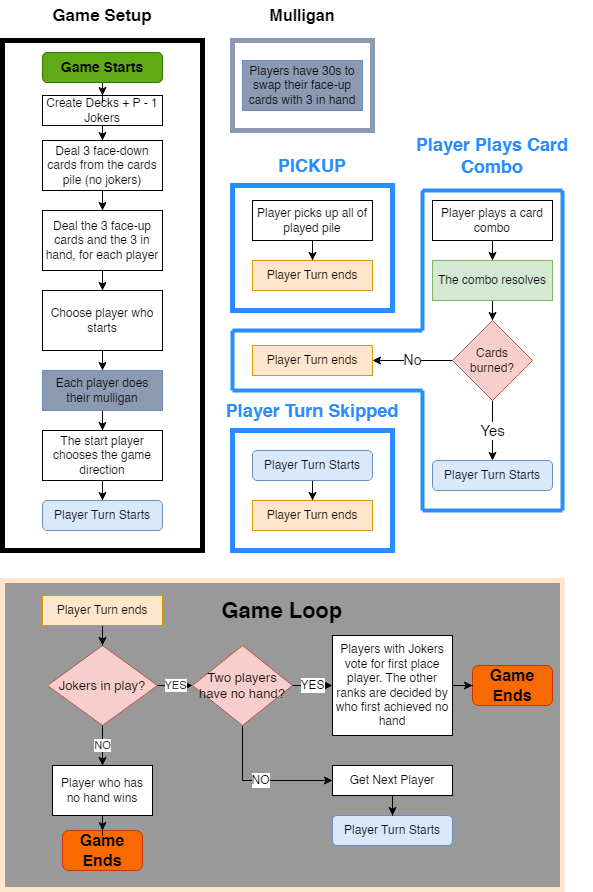
MikeMNelhams/Karma keeps this draw.io diagram as poopHeadFlowChart.png. Above is the earlier version. Source tidied: cells renumbered, new cells last; positions are measured from the earlier drawing's top-left corner, leaving out a move shared by most shapes. Source of this version:
```xml
<mxGraphModel>
  <root>
    <mxCell id="0" />
    <mxCell id="1" parent="0" />
    <mxCell id="2" style="rounded=0;whiteSpace=wrap;html=1;fillColor=none;strokeWidth=5;" parent="1" vertex="1">
      <mxGeometry y="40" width="200" height="510" as="geometry" />
    </mxCell>
    <mxCell id="3" style="rounded=0;whiteSpace=wrap;html=1;fillColor=none;strokeWidth=5;strokeColor=#298DFF;" parent="1" vertex="1">
      <mxGeometry x="230" y="430" width="160" height="120" as="geometry" />
    </mxCell>
    <mxCell id="4" style="rounded=0;whiteSpace=wrap;html=1;fillColor=none;strokeColor=#8C9AB1;strokeWidth=5;" parent="1" vertex="1">
      <mxGeometry x="230" y="40" width="140" height="90" as="geometry" />
    </mxCell>
    <mxCell id="5" style="rounded=0;whiteSpace=wrap;html=1;fillColor=none;strokeWidth=5;strokeColor=#298DFF;" parent="1" vertex="1">
      <mxGeometry x="230" y="185" width="160" height="125" as="geometry" />
    </mxCell>
    <mxCell id="6" style="edgeStyle=orthogonalEdgeStyle;rounded=0;jettySize=auto;html=1;" parent="1" edge="1" source="7" target="9">
      <mxGeometry relative="1" as="geometry" />
    </mxCell>
    <mxCell id="7" value="Create Decks + P - 1 Jokers" style="rounded=0;whiteSpace=wrap;html=1;" parent="1" vertex="1">
      <mxGeometry x="40" y="95" width="120" height="30" as="geometry" />
    </mxCell>
    <mxCell id="8" style="edgeStyle=orthogonalEdgeStyle;rounded=0;jettySize=auto;html=1;" parent="1" edge="1" source="9" target="11">
      <mxGeometry relative="1" as="geometry" />
    </mxCell>
    <mxCell id="9" value="Deal 3 face-down cards from the cards pile (no jokers)" style="rounded=0;whiteSpace=wrap;html=1;" parent="1" vertex="1">
      <mxGeometry x="40" y="140" width="120" height="50" as="geometry" />
    </mxCell>
    <mxCell id="10" style="edgeStyle=orthogonalEdgeStyle;rounded=0;jettySize=auto;html=1;" parent="1" edge="1" source="11" target="13">
      <mxGeometry relative="1" as="geometry" />
    </mxCell>
    <mxCell id="11" value="Deal the 3 face-up cards and the 3 in hand, for each player" style="rounded=0;whiteSpace=wrap;html=1;" parent="1" vertex="1">
      <mxGeometry x="40" y="210" width="120" height="60" as="geometry" />
    </mxCell>
    <mxCell id="12" style="edgeStyle=orthogonalEdgeStyle;rounded=0;jettySize=auto;html=1;" parent="1" edge="1" source="13" target="15">
      <mxGeometry relative="1" as="geometry" />
    </mxCell>
    <mxCell id="13" value="Choose player who starts" style="rounded=0;whiteSpace=wrap;html=1;" parent="1" vertex="1">
      <mxGeometry x="40" y="290" width="120" height="60" as="geometry" />
    </mxCell>
    <mxCell id="14" style="edgeStyle=orthogonalEdgeStyle;rounded=0;jettySize=auto;html=1;" parent="1" edge="1" source="15" target="17">
      <mxGeometry relative="1" as="geometry" />
    </mxCell>
    <mxCell id="15" value="Each player does their mulligan" style="rounded=0;whiteSpace=wrap;html=1;fillColor=#8c9ab1;strokeColor=#6c8ebf;" parent="1" vertex="1">
      <mxGeometry x="40" y="370" width="120" height="40" as="geometry" />
    </mxCell>
    <mxCell id="16" style="edgeStyle=orthogonalEdgeStyle;rounded=0;jettySize=auto;html=1;" parent="1" edge="1" source="17" target="33">
      <mxGeometry relative="1" as="geometry" />
    </mxCell>
    <mxCell id="17" value="The start player chooses the game direction" style="rounded=0;whiteSpace=wrap;html=1;" parent="1" vertex="1">
      <mxGeometry x="40" y="430" width="120" height="50" as="geometry" />
    </mxCell>
    <mxCell id="18" value="Game Setup" style="text;html=1;strokeColor=none;fillColor=none;align=center;verticalAlign=middle;whiteSpace=wrap;rounded=0;fontSize=17;fontStyle=1;" parent="1" vertex="1">
      <mxGeometry x="45" width="110" height="30" as="geometry" />
    </mxCell>
    <mxCell id="19" style="edgeStyle=orthogonalEdgeStyle;rounded=0;jettySize=auto;html=1;" parent="1" edge="1" source="20" target="46">
      <mxGeometry relative="1" as="geometry" />
    </mxCell>
    <mxCell id="20" value="Player Turn Starts" style="rounded=1;whiteSpace=wrap;html=1;fillColor=#dae8fc;strokeColor=#6c8ebf;" parent="1" vertex="1">
      <mxGeometry x="250" y="450" width="120" height="30" as="geometry" />
    </mxCell>
    <mxCell id="21" style="edgeStyle=orthogonalEdgeStyle;rounded=0;jettySize=auto;html=1;" parent="1" edge="1" source="22" target="23">
      <mxGeometry relative="1" as="geometry" />
    </mxCell>
    <mxCell id="22" value="Player picks up all of played pile" style="rounded=0;whiteSpace=wrap;html=1;" parent="1" vertex="1">
      <mxGeometry x="250" y="200" width="120" height="40" as="geometry" />
    </mxCell>
    <mxCell id="23" value="Player Turn ends" style="rounded=0;whiteSpace=wrap;html=1;fillColor=#ffe6cc;strokeColor=#d79b00;" parent="1" vertex="1">
      <mxGeometry x="250" y="260" width="120" height="30" as="geometry" />
    </mxCell>
    <mxCell id="24" value="PICKUP" style="text;html=1;strokeColor=none;fillColor=none;align=center;verticalAlign=middle;whiteSpace=wrap;rounded=0;fontColor=#298DFF;fontStyle=1;fontSize=18;" parent="1" vertex="1">
      <mxGeometry x="280" y="150" width="60" height="30" as="geometry" />
    </mxCell>
    <mxCell id="25" style="edgeStyle=orthogonalEdgeStyle;rounded=0;jettySize=auto;html=1;" parent="1" edge="1" source="26" target="28">
      <mxGeometry relative="1" as="geometry" />
    </mxCell>
    <mxCell id="26" value="Player plays a card combo" style="rounded=0;whiteSpace=wrap;html=1;" parent="1" vertex="1">
      <mxGeometry x="430" y="200" width="120" height="40" as="geometry" />
    </mxCell>
    <mxCell id="27" style="edgeStyle=orthogonalEdgeStyle;rounded=0;jettySize=auto;html=1;" parent="1" edge="1" source="28" target="31">
      <mxGeometry relative="1" as="geometry" />
    </mxCell>
    <mxCell id="28" value="The combo resolves" style="rounded=0;whiteSpace=wrap;html=1;fillColor=#d5e8d4;strokeColor=#82b366;" parent="1" vertex="1">
      <mxGeometry x="430" y="260" width="120" height="40" as="geometry" />
    </mxCell>
    <mxCell id="29" value="No" style="edgeStyle=orthogonalEdgeStyle;rounded=0;jettySize=auto;html=1;exitX=0;exitY=0.5;exitDx=0;exitDy=0;entryX=1;entryY=0.5;entryDx=0;entryDy=0;fontSize=14;" parent="1" edge="1" source="31" target="32">
      <mxGeometry relative="1" as="geometry" />
    </mxCell>
    <mxCell id="30" value="Yes" style="edgeStyle=orthogonalEdgeStyle;rounded=0;jettySize=auto;html=1;entryX=0.5;entryY=0;entryDx=0;entryDy=0;fontSize=15;" parent="1" edge="1" source="31" target="34">
      <mxGeometry relative="1" as="geometry" />
    </mxCell>
    <mxCell id="31" value="Cards burned?" style="rhombus;whiteSpace=wrap;html=1;fillColor=#f8cecc;strokeColor=#b85450;" parent="1" vertex="1">
      <mxGeometry x="450" y="320" width="80" height="80" as="geometry" />
    </mxCell>
    <mxCell id="32" value="Player Turn ends" style="rounded=0;whiteSpace=wrap;html=1;fillColor=#ffe6cc;strokeColor=#d79b00;" parent="1" vertex="1">
      <mxGeometry x="250" y="345" width="120" height="30" as="geometry" />
    </mxCell>
    <mxCell id="33" value="Player Turn Starts" style="rounded=1;whiteSpace=wrap;html=1;fillColor=#dae8fc;strokeColor=#6c8ebf;" parent="1" vertex="1">
      <mxGeometry x="40" y="500" width="120" height="30" as="geometry" />
    </mxCell>
    <mxCell id="34" value="Player Turn Starts" style="rounded=1;whiteSpace=wrap;html=1;fillColor=#dae8fc;strokeColor=#6c8ebf;" parent="1" vertex="1">
      <mxGeometry x="430" y="460" width="120" height="30" as="geometry" />
    </mxCell>
    <mxCell id="35" value="Player Plays Card Combo" style="text;html=1;strokeColor=none;fillColor=none;align=center;verticalAlign=middle;whiteSpace=wrap;rounded=0;fontColor=#298DFF;fontStyle=1;fontSize=18;" parent="1" vertex="1">
      <mxGeometry x="390" y="140" width="200" height="30" as="geometry" />
    </mxCell>
    <mxCell id="36" style="endArrow=none;html=1;rounded=0;strokeWidth=4;fillColor=#dae8fc;strokeColor=#298DFF;" parent="1" edge="1">
      <mxGeometry relative="1" as="geometry">
        <mxPoint x="420" y="190" as="sourcePoint" />
        <mxPoint x="560" y="190" as="targetPoint" />
      </mxGeometry>
    </mxCell>
    <mxCell id="37" style="endArrow=none;html=1;rounded=0;strokeWidth=4;fillColor=#dae8fc;strokeColor=#298DFF;" parent="1" edge="1">
      <mxGeometry relative="1" as="geometry">
        <mxPoint x="560" y="190" as="sourcePoint" />
        <mxPoint x="560" y="510" as="targetPoint" />
      </mxGeometry>
    </mxCell>
    <mxCell id="38" style="endArrow=none;html=1;rounded=0;strokeWidth=4;fillColor=#dae8fc;strokeColor=#298DFF;" parent="1" edge="1">
      <mxGeometry relative="1" as="geometry">
        <mxPoint x="420" y="510" as="sourcePoint" />
        <mxPoint x="560" y="510" as="targetPoint" />
      </mxGeometry>
    </mxCell>
    <mxCell id="39" style="endArrow=none;html=1;rounded=0;strokeWidth=4;fillColor=#dae8fc;strokeColor=#298DFF;snapToPoint=0;" parent="1" edge="1">
      <mxGeometry relative="1" as="geometry">
        <mxPoint x="420" y="190" as="sourcePoint" />
        <mxPoint x="420" y="330" as="targetPoint" />
      </mxGeometry>
    </mxCell>
    <mxCell id="40" style="endArrow=none;html=1;rounded=0;strokeWidth=4;fillColor=#dae8fc;strokeColor=#298DFF;" parent="1" edge="1">
      <mxGeometry relative="1" as="geometry">
        <mxPoint x="420" y="330" as="sourcePoint" />
        <mxPoint x="230" y="330" as="targetPoint" />
      </mxGeometry>
    </mxCell>
    <mxCell id="41" style="endArrow=none;html=1;rounded=0;strokeWidth=4;fillColor=#dae8fc;strokeColor=#298DFF;" parent="1" edge="1">
      <mxGeometry relative="1" as="geometry">
        <mxPoint x="230" y="330" as="sourcePoint" />
        <mxPoint x="230" y="390" as="targetPoint" />
      </mxGeometry>
    </mxCell>
    <mxCell id="42" style="endArrow=none;html=1;rounded=0;strokeWidth=4;fillColor=#dae8fc;strokeColor=#298DFF;" parent="1" edge="1">
      <mxGeometry relative="1" as="geometry">
        <mxPoint x="230" y="390" as="sourcePoint" />
        <mxPoint x="420" y="390" as="targetPoint" />
      </mxGeometry>
    </mxCell>
    <mxCell id="43" style="endArrow=none;html=1;rounded=0;strokeWidth=4;fillColor=#dae8fc;strokeColor=#298DFF;" parent="1" edge="1">
      <mxGeometry relative="1" as="geometry">
        <mxPoint x="420" y="390" as="sourcePoint" />
        <mxPoint x="420" y="510" as="targetPoint" />
      </mxGeometry>
    </mxCell>
    <mxCell id="44" value="Players have 30s to swap their face-up cards with 3 in hand" style="rounded=0;whiteSpace=wrap;html=1;fillColor=#8c9ab1;strokeColor=#6c8ebf;" parent="1" vertex="1">
      <mxGeometry x="240" y="60" width="120" height="50" as="geometry" />
    </mxCell>
    <mxCell id="45" value="Mulligan" style="text;html=1;strokeColor=none;fillColor=none;align=center;verticalAlign=middle;whiteSpace=wrap;rounded=0;fontStyle=1;fontSize=16;" parent="1" vertex="1">
      <mxGeometry x="270" width="60" height="30" as="geometry" />
    </mxCell>
    <mxCell id="46" value="Player Turn ends" style="rounded=0;whiteSpace=wrap;html=1;fillColor=#ffe6cc;strokeColor=#d79b00;" parent="1" vertex="1">
      <mxGeometry x="250" y="500" width="120" height="30" as="geometry" />
    </mxCell>
    <mxCell id="47" value="Player Turn Skipped" style="text;html=1;strokeColor=none;fillColor=none;align=center;verticalAlign=middle;whiteSpace=wrap;rounded=0;fontColor=#298DFF;fontStyle=1;fontSize=18;" parent="1" vertex="1">
      <mxGeometry x="200" y="395" width="220" height="30" as="geometry" />
    </mxCell>
    <mxCell id="48" style="edgeStyle=orthogonalEdgeStyle;rounded=0;jettySize=auto;html=1;entryX=0.5;entryY=0;entryDx=0;entryDy=0;" parent="1" edge="1" source="49" target="7">
      <mxGeometry relative="1" as="geometry" />
    </mxCell>
    <mxCell id="49" value="Game Starts" style="rounded=1;whiteSpace=wrap;html=1;fillColor=#60a917;fontColor=#000000;strokeColor=#2D7600;fontStyle=1;fontSize=14;" parent="1" vertex="1">
      <mxGeometry x="40" y="52" width="120" height="30" as="geometry" />
    </mxCell>
    <mxCell id="50" style="group;" parent="1" vertex="1">
      <mxGeometry y="580" width="560" height="309" as="geometry" />
    </mxCell>
    <mxCell id="51" style="rounded=0;whiteSpace=wrap;html=1;fillColor=#999999;strokeWidth=5;strokeColor=#FFE6CC;" parent="50" vertex="1">
      <mxGeometry width="560" height="309" as="geometry" />
    </mxCell>
    <mxCell id="52" value="&lt;font style=&quot;font-size: 13px;&quot;&gt;Jokers in play?&lt;/font&gt;" style="rhombus;whiteSpace=wrap;html=1;fillColor=#f8cecc;strokeColor=#b85450;" parent="50" vertex="1">
      <mxGeometry x="45" y="65" width="110" height="80" as="geometry" />
    </mxCell>
    <mxCell id="53" style="edgeStyle=orthogonalEdgeStyle;rounded=0;jettySize=auto;html=1;entryX=0.5;entryY=0;entryDx=0;entryDy=0;" parent="50" edge="1" source="54" target="52">
      <mxGeometry relative="1" as="geometry" />
    </mxCell>
    <mxCell id="54" value="Player Turn ends" style="rounded=0;whiteSpace=wrap;html=1;fillColor=#ffe6cc;strokeColor=#d79b00;" parent="50" vertex="1">
      <mxGeometry x="40" y="15" width="120" height="30" as="geometry" />
    </mxCell>
    <mxCell id="55" value="Get Next Player" style="rounded=0;whiteSpace=wrap;html=1;" parent="50" vertex="1">
      <mxGeometry x="330" y="185" width="120" height="30" as="geometry" />
    </mxCell>
    <mxCell id="56" value="NO" style="edgeStyle=orthogonalEdgeStyle;rounded=0;jettySize=auto;html=1;exitX=0.5;exitY=1;exitDx=0;exitDy=0;entryX=0;entryY=0.5;entryDx=0;entryDy=0;fontSize=12;" parent="50" edge="1" source="57" target="55">
      <mxGeometry relative="1" as="geometry" />
    </mxCell>
    <mxCell id="57" value="&lt;span style=&quot;font-size: 13px;&quot;&gt;Two players have no hand?&lt;/span&gt;" style="rhombus;whiteSpace=wrap;html=1;fillColor=#f8cecc;strokeColor=#b85450;" parent="50" vertex="1">
      <mxGeometry x="190" y="65" width="100" height="80" as="geometry" />
    </mxCell>
    <mxCell id="58" value="YES" style="edgeStyle=orthogonalEdgeStyle;rounded=0;jettySize=auto;html=1;" parent="50" edge="1" source="52" target="57">
      <mxGeometry relative="1" as="geometry" />
    </mxCell>
    <mxCell id="59" value="Players with Jokers vote for first place player. The other ranks are decided by who first achieved no hand" style="rounded=0;whiteSpace=wrap;html=1;" parent="50" vertex="1">
      <mxGeometry x="330" y="55" width="120" height="100" as="geometry" />
    </mxCell>
    <mxCell id="60" value="YES" style="edgeStyle=orthogonalEdgeStyle;rounded=0;jettySize=auto;html=1;entryX=0;entryY=0.5;entryDx=0;entryDy=0;fontSize=12;" parent="50" edge="1" source="57" target="59">
      <mxGeometry relative="1" as="geometry" />
    </mxCell>
    <mxCell id="61" value="Player Turn Starts" style="rounded=1;whiteSpace=wrap;html=1;fillColor=#dae8fc;strokeColor=#6c8ebf;" parent="50" vertex="1">
      <mxGeometry x="330" y="235" width="120" height="30" as="geometry" />
    </mxCell>
    <mxCell id="62" style="edgeStyle=orthogonalEdgeStyle;rounded=0;jettySize=auto;html=1;entryX=0.5;entryY=0;entryDx=0;entryDy=0;" parent="50" edge="1" source="55" target="61">
      <mxGeometry relative="1" as="geometry" />
    </mxCell>
    <mxCell id="63" value="Game Ends" style="rounded=1;whiteSpace=wrap;html=1;fillColor=#fa6800;fontColor=#000000;strokeColor=#C73500;fontSize=16;fontStyle=1;" parent="50" vertex="1">
      <mxGeometry x="470" y="85" width="80" height="40" as="geometry" />
    </mxCell>
    <mxCell id="64" style="edgeStyle=orthogonalEdgeStyle;rounded=0;jettySize=auto;html=1;entryX=0;entryY=0.5;entryDx=0;entryDy=0;" parent="50" edge="1" source="59" target="63">
      <mxGeometry relative="1" as="geometry" />
    </mxCell>
    <mxCell id="65" value="Game Ends" style="rounded=1;whiteSpace=wrap;html=1;fillColor=#fa6800;fontColor=#000000;strokeColor=#C73500;fontSize=16;fontStyle=1;" parent="50" vertex="1">
      <mxGeometry x="60" y="250" width="80" height="40" as="geometry" />
    </mxCell>
    <mxCell id="66" style="edgeStyle=orthogonalEdgeStyle;rounded=0;jettySize=auto;html=1;entryX=0.5;entryY=0;entryDx=0;entryDy=0;" parent="50" edge="1" source="67" target="65">
      <mxGeometry relative="1" as="geometry" />
    </mxCell>
    <mxCell id="67" value="Player who has no hand wins" style="rounded=0;whiteSpace=wrap;html=1;" parent="50" vertex="1">
      <mxGeometry x="50" y="185" width="100" height="50" as="geometry" />
    </mxCell>
    <mxCell id="68" value="NO&lt;font size=&quot;1&quot;&gt;&lt;br&gt;&lt;/font&gt;" style="edgeStyle=orthogonalEdgeStyle;rounded=0;jettySize=auto;html=1;" parent="50" edge="1" source="52" target="67">
      <mxGeometry relative="1" as="geometry" />
    </mxCell>
    <mxCell id="69" value="&lt;b&gt;&lt;font style=&quot;font-size: 22px;&quot;&gt;Game Loop&lt;/font&gt;&lt;/b&gt;" style="text;html=1;strokeColor=none;fillColor=none;align=center;verticalAlign=middle;whiteSpace=wrap;rounded=0;" parent="50" vertex="1">
      <mxGeometry x="210" y="15" width="140" height="30" as="geometry" />
    </mxCell>
  </root>
</mxGraphModel>
```
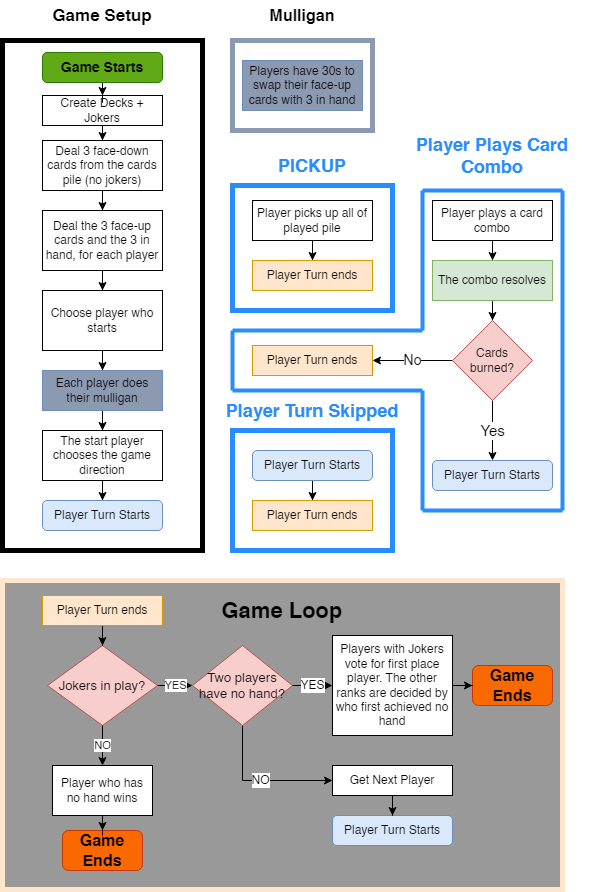
After the commit.

The edit, as a diff of the source:
```diff
@@ -17,7 +17,7 @@
     <mxCell id="6" style="edgeStyle=orthogonalEdgeStyle;rounded=0;jettySize=auto;html=1;" parent="1" edge="1" source="7" target="9">
       <mxGeometry relative="1" as="geometry" />
     </mxCell>
-    <mxCell id="7" value="Create Decks + P - 1 Jokers" style="rounded=0;whiteSpace=wrap;html=1;" parent="1" vertex="1">
+    <mxCell id="7" value="Create Decks + Jokers" style="rounded=0;whiteSpace=wrap;html=1;" parent="1" vertex="1">
       <mxGeometry x="40" y="95" width="120" height="30" as="geometry" />
     </mxCell>
     <mxCell id="8" style="edgeStyle=orthogonalEdgeStyle;rounded=0;jettySize=auto;html=1;" parent="1" edge="1" source="9" target="11">
```
